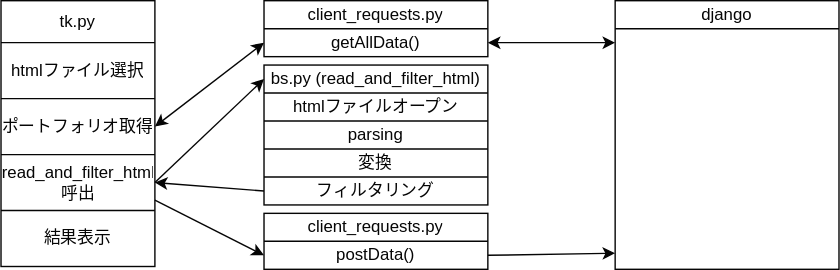
Earlier version of the draw.io export docs/modOverview.drawio.svg (of3jlmssoo/djangorest-simple-app). Source tidied: cells renumbered, new cells last; positions are measured from the earlier drawing's top-left corner, leaving out a move shared by most shapes.
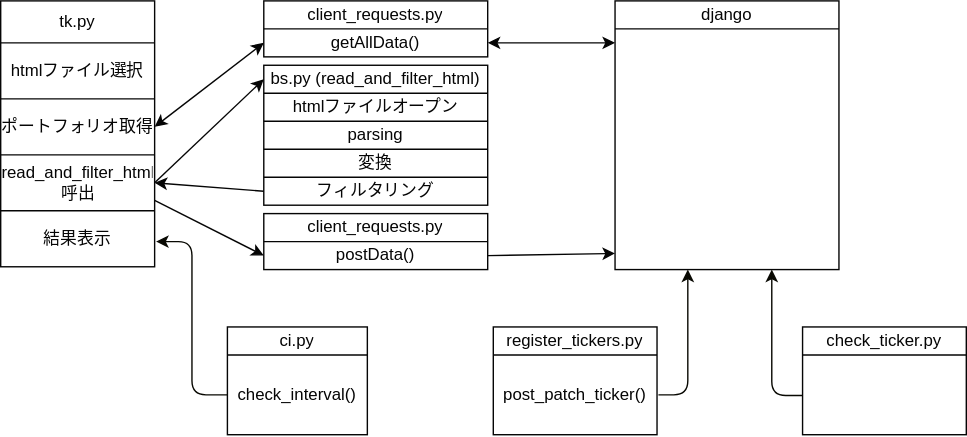
Later version of the same file.

What changed in the source:
```diff
@@ -133,5 +133,67 @@
     <mxCell id="44" style="endArrow=classic;html=1;endFill=1;strokeColor=#050505;exitX=1;exitY=0.5;exitDx=0;exitDy=0;entryX=0;entryY=0.94;entryDx=0;entryDy=0;entryPerimeter=0;" parent="1" edge="1" source="35" target="38">
       <mxGeometry relative="1" as="geometry" />
     </mxCell>
+    <mxCell id="45" style="shape=table;html=1;whiteSpace=wrap;startSize=0;strokeColor=#050505;fillColor=none;" parent="1" vertex="1">
+      <mxGeometry x="162" y="233" width="100" height="77" as="geometry" />
+    </mxCell>
+    <mxCell id="46" style="shape=partialRectangle;html=1;whiteSpace=wrap;fillColor=none;top=0;left=0;bottom=0;right=0;" parent="45" vertex="1">
+      <mxGeometry width="100" height="20" as="geometry" />
+    </mxCell>
+    <mxCell id="47" value="ci.py" style="shape=partialRectangle;html=1;whiteSpace=wrap;fillColor=none;top=0;left=0;bottom=0;right=0;overflow=hidden;fontColor=#050505;" parent="46" vertex="1">
+      <mxGeometry width="100" height="20" as="geometry" />
+    </mxCell>
+    <mxCell id="48" style="shape=partialRectangle;html=1;whiteSpace=wrap;fillColor=none;top=0;left=0;bottom=0;right=0;points=[[0,0.5],[1,0.5]];portConstraint=eastwest;" parent="45" vertex="1">
+      <mxGeometry y="20" width="100" height="57" as="geometry" />
+    </mxCell>
+    <mxCell id="49" value="check_interval()" style="shape=partialRectangle;html=1;whiteSpace=wrap;fillColor=none;top=0;left=0;bottom=0;right=0;overflow=hidden;fontColor=#050505;" parent="48" vertex="1">
+      <mxGeometry width="100" height="57" as="geometry" />
+    </mxCell>
+    <mxCell id="50" style="shape=table;html=1;whiteSpace=wrap;startSize=0;strokeColor=#050505;fillColor=none;" parent="1" vertex="1">
+      <mxGeometry x="352" y="233" width="117" height="77" as="geometry" />
+    </mxCell>
+    <mxCell id="51" style="shape=partialRectangle;html=1;whiteSpace=wrap;fillColor=none;top=0;left=0;bottom=0;right=0;" parent="50" vertex="1">
+      <mxGeometry width="117" height="20" as="geometry" />
+    </mxCell>
+    <mxCell id="52" value="register_tickers.py" style="shape=partialRectangle;html=1;whiteSpace=wrap;fillColor=none;top=0;left=0;bottom=0;right=0;overflow=hidden;fontColor=#050505;" parent="51" vertex="1">
+      <mxGeometry width="117" height="20" as="geometry" />
+    </mxCell>
+    <mxCell id="53" style="shape=partialRectangle;html=1;whiteSpace=wrap;fillColor=none;top=0;left=0;bottom=0;right=0;" parent="50" vertex="1">
+      <mxGeometry y="20" width="117" height="57" as="geometry" />
+    </mxCell>
+    <mxCell id="54" value="post_patch_ticker()" style="shape=partialRectangle;html=1;whiteSpace=wrap;fillColor=none;top=0;left=0;bottom=0;right=0;overflow=hidden;fontColor=#050505;" parent="53" vertex="1">
+      <mxGeometry width="117" height="57" as="geometry" />
+    </mxCell>
+    <mxCell id="55" style="edgeStyle=segmentEdgeStyle;endArrow=classic;html=1;strokeColor=#080802;exitX=1;exitY=0.5;exitDx=0;exitDy=0;" parent="1" edge="1">
+      <mxGeometry relative="1" as="geometry">
+        <mxPoint x="470" y="281.5" as="sourcePoint" />
+        <mxPoint x="491" y="192" as="targetPoint" />
+      </mxGeometry>
+    </mxCell>
+    <mxCell id="56" style="edgeStyle=elbowEdgeStyle;elbow=horizontal;endArrow=classic;html=1;strokeColor=#080802;exitX=0;exitY=0.5;exitDx=0;exitDy=0;" parent="1" edge="1" source="48">
+      <mxGeometry relative="1" as="geometry">
+        <mxPoint x="111" y="172" as="targetPoint" />
+      </mxGeometry>
+    </mxCell>
+    <mxCell id="57" style="shape=table;html=1;whiteSpace=wrap;startSize=0;strokeColor=#050505;fillColor=none;" parent="1" vertex="1">
+      <mxGeometry x="573" y="233" width="117" height="77" as="geometry" />
+    </mxCell>
+    <mxCell id="58" style="shape=partialRectangle;html=1;whiteSpace=wrap;fillColor=none;top=0;left=0;bottom=0;right=0;" parent="57" vertex="1">
+      <mxGeometry width="117" height="20" as="geometry" />
+    </mxCell>
+    <mxCell id="59" value="check_ticker.py" style="shape=partialRectangle;html=1;whiteSpace=wrap;fillColor=none;top=0;left=0;bottom=0;right=0;overflow=hidden;fontColor=#050505;" parent="58" vertex="1">
+      <mxGeometry width="117" height="20" as="geometry" />
+    </mxCell>
+    <mxCell id="60" style="shape=partialRectangle;html=1;whiteSpace=wrap;fillColor=none;top=0;left=0;bottom=0;right=0;" parent="57" vertex="1">
+      <mxGeometry y="20" width="117" height="57" as="geometry" />
+    </mxCell>
+    <mxCell id="61" style="shape=partialRectangle;html=1;whiteSpace=wrap;fillColor=none;top=0;left=0;bottom=0;right=0;overflow=hidden;fontColor=#050505;" parent="60" vertex="1">
+      <mxGeometry width="117" height="57" as="geometry" />
+    </mxCell>
+    <mxCell id="62" style="edgeStyle=segmentEdgeStyle;endArrow=classic;html=1;strokeColor=#080802;" parent="1" edge="1">
+      <mxGeometry relative="1" as="geometry">
+        <mxPoint x="573" y="282" as="sourcePoint" />
+        <mxPoint x="551" y="192" as="targetPoint" />
+      </mxGeometry>
+    </mxCell>
   </root>
 </mxGraphModel>
```
